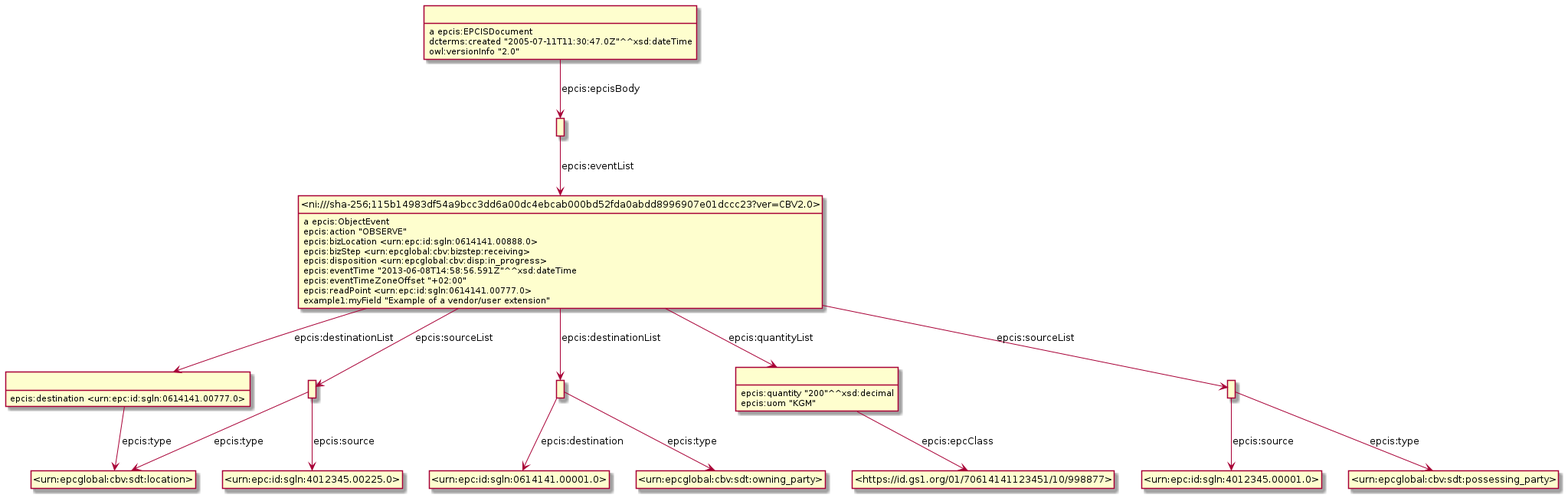
This is Diagrams/WithDigitalLinkID/Example_9.6.2-ObjectEventWithDigitalLink.png from gs1/EPCIS, a PlantUML export, as it was before one commit.
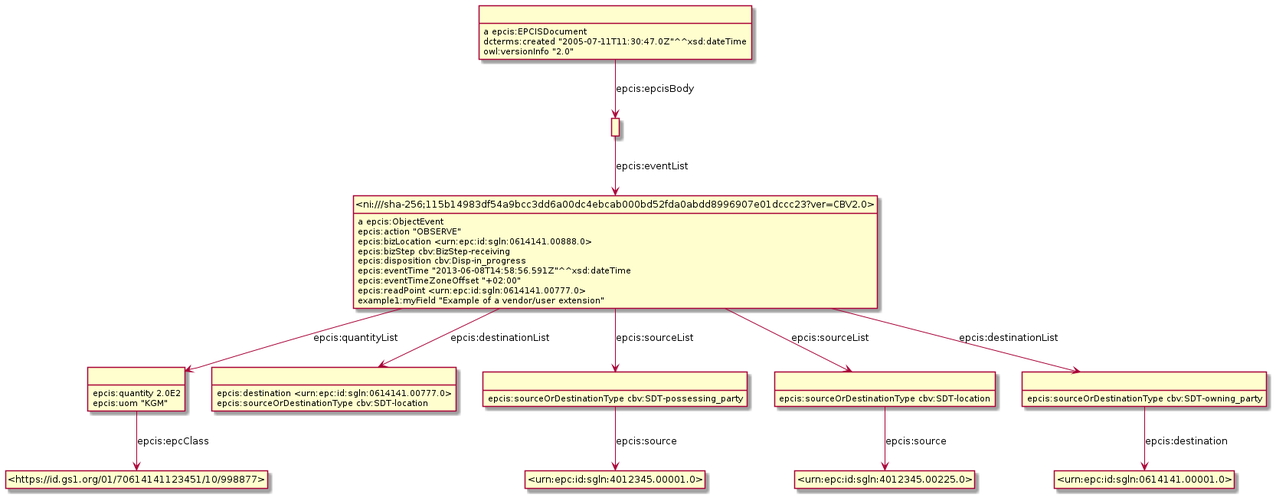
Later version of the same file.

Diff of the diagram source:
```diff
@@ -3,49 +3,46 @@
 hide empty attributes
 hide circle
 skinparam classAttributeIconSize 0
-class _r1623307964r2_ as " "
-class _urn_epcglobal_cbv_sdt_location_ as "<urn:epcglobal:cbv:sdt:location>"
-_r1623307964r2_ -down-> _urn_epcglobal_cbv_sdt_location_ : epcis:type
-_r1623307964r2_ : epcis:destination <urn:epc:id:sgln:0614141.00777.0>
-class _r1623307964r6_ as " "
-_r1623307964r6_ -down-> _urn_epcglobal_cbv_sdt_location_ : epcis:type
-class _urn_epc_id_sgln_4012345_00225_0_ as "<urn:epc:id:sgln:4012345.00225.0>"
-_r1623307964r6_ -down-> _urn_epc_id_sgln_4012345_00225_0_ : epcis:source
+class _r1623934093r2_ as " "
+class _https_id_gs1_org_01_70614141123451_10_998877_ as "<https://id.gs1.org/01/70614141123451/10/998877>"
+_r1623934093r2_ -down-> _https_id_gs1_org_01_70614141123451_10_998877_ : epcis:epcClass
+_r1623934093r2_ : epcis:quantity 2.0E2
+_r1623934093r2_ : epcis:uom "KGM"
+class _r1623934093r1_ as " "
+_r1623934093r1_ : epcis:destination <urn:epc:id:sgln:0614141.00777.0>
+_r1623934093r1_ : epcis:sourceOrDestinationType cbv:SDT-location
 class _ni_sha_256_115b14983df54a9bcc3dd6a00dc4ebcab000bd52fda0abdd8996907e01dccc23_ver_CBV2_0_ as "<ni:///sha-256;115b14983df54a9bcc3dd6a00dc4ebcab000bd52fda0abdd8996907e01dccc23?ver=CBV2.0>"
 _ni_sha_256_115b14983df54a9bcc3dd6a00dc4ebcab000bd52fda0abdd8996907e01dccc23_ver_CBV2_0_ : a epcis:ObjectEvent
-class _r1623307964r3_ as " "
-_ni_sha_256_115b14983df54a9bcc3dd6a00dc4ebcab000bd52fda0abdd8996907e01dccc23_ver_CBV2_0_ -down-> _r1623307964r3_ : epcis:destinationList
-class _r1623307964r4_ as " "
-_ni_sha_256_115b14983df54a9bcc3dd6a00dc4ebcab000bd52fda0abdd8996907e01dccc23_ver_CBV2_0_ -down-> _r1623307964r4_ : epcis:quantityList
-_ni_sha_256_115b14983df54a9bcc3dd6a00dc4ebcab000bd52fda0abdd8996907e01dccc23_ver_CBV2_0_ -down-> _r1623307964r6_ : epcis:sourceList
-_ni_sha_256_115b14983df54a9bcc3dd6a00dc4ebcab000bd52fda0abdd8996907e01dccc23_ver_CBV2_0_ -down-> _r1623307964r2_ : epcis:destinationList
-class _r1623307964r5_ as " "
-_ni_sha_256_115b14983df54a9bcc3dd6a00dc4ebcab000bd52fda0abdd8996907e01dccc23_ver_CBV2_0_ -down-> _r1623307964r5_ : epcis:sourceList
+_ni_sha_256_115b14983df54a9bcc3dd6a00dc4ebcab000bd52fda0abdd8996907e01dccc23_ver_CBV2_0_ -down-> _r1623934093r2_ : epcis:quantityList
+class _r1623934093r3_ as " "
+_ni_sha_256_115b14983df54a9bcc3dd6a00dc4ebcab000bd52fda0abdd8996907e01dccc23_ver_CBV2_0_ -down-> _r1623934093r3_ : epcis:sourceList
+class _r1623934093r4_ as " "
+_ni_sha_256_115b14983df54a9bcc3dd6a00dc4ebcab000bd52fda0abdd8996907e01dccc23_ver_CBV2_0_ -down-> _r1623934093r4_ : epcis:sourceList
+_ni_sha_256_115b14983df54a9bcc3dd6a00dc4ebcab000bd52fda0abdd8996907e01dccc23_ver_CBV2_0_ -down-> _r1623934093r1_ : epcis:destinationList
+class _r1623934093r0_ as " "
+_ni_sha_256_115b14983df54a9bcc3dd6a00dc4ebcab000bd52fda0abdd8996907e01dccc23_ver_CBV2_0_ -down-> _r1623934093r0_ : epcis:destinationList
 _ni_sha_256_115b14983df54a9bcc3dd6a00dc4ebcab000bd52fda0abdd8996907e01dccc23_ver_CBV2_0_ : epcis:action "OBSERVE"
 _ni_sha_256_115b14983df54a9bcc3dd6a00dc4ebcab000bd52fda0abdd8996907e01dccc23_ver_CBV2_0_ : epcis:bizLocation <urn:epc:id:sgln:0614141.00888.0>
-_ni_sha_256_115b14983df54a9bcc3dd6a00dc4ebcab000bd52fda0abdd8996907e01dccc23_ver_CBV2_0_ : epcis:bizStep <urn:epcglobal:cbv:bizstep:receiving>
-_ni_sha_256_115b14983df54a9bcc3dd6a00dc4ebcab000bd52fda0abdd8996907e01dccc23_ver_CBV2_0_ : epcis:disposition <urn:epcglobal:cbv:disp:in_progress>
+_ni_sha_256_115b14983df54a9bcc3dd6a00dc4ebcab000bd52fda0abdd8996907e01dccc23_ver_CBV2_0_ : epcis:bizStep cbv:BizStep-receiving
+_ni_sha_256_115b14983df54a9bcc3dd6a00dc4ebcab000bd52fda0abdd8996907e01dccc23_ver_CBV2_0_ : epcis:disposition cbv:Disp-in_progress
 _ni_sha_256_115b14983df54a9bcc3dd6a00dc4ebcab000bd52fda0abdd8996907e01dccc23_ver_CBV2_0_ : epcis:eventTime "2013-06-08T14:58:56.591Z"^^xsd:dateTime
 _ni_sha_256_115b14983df54a9bcc3dd6a00dc4ebcab000bd52fda0abdd8996907e01dccc23_ver_CBV2_0_ : epcis:eventTimeZoneOffset "+02:00"
 _ni_sha_256_115b14983df54a9bcc3dd6a00dc4ebcab000bd52fda0abdd8996907e01dccc23_ver_CBV2_0_ : epcis:readPoint <urn:epc:id:sgln:0614141.00777.0>
 _ni_sha_256_115b14983df54a9bcc3dd6a00dc4ebcab000bd52fda0abdd8996907e01dccc23_ver_CBV2_0_ : example1:myField "Example of a vendor/user extension"
-class _r1623307964r0_ as " "
-_r1623307964r0_ : a epcis:EPCISDocument
-class _r1623307964r1_ as " "
-_r1623307964r0_ -down-> _r1623307964r1_ : epcis:epcisBody
-_r1623307964r0_ : dcterms:created "2005-07-11T11:30:47.0Z"^^xsd:dateTime
-_r1623307964r0_ : owl:versionInfo "2.0"
+class _urn_epc_id_sgln_0614141_00001_0_ as "<urn:epc:id:sgln:0614141.00001.0>"
+_r1623934093r0_ -down-> _urn_epc_id_sgln_0614141_00001_0_ : epcis:destination
+_r1623934093r0_ : epcis:sourceOrDestinationType cbv:SDT-owning_party
+class _urn_epc_id_sgln_4012345_00225_0_ as "<urn:epc:id:sgln:4012345.00225.0>"
+_r1623934093r4_ -down-> _urn_epc_id_sgln_4012345_00225_0_ : epcis:source
+_r1623934093r4_ : epcis:sourceOrDestinationType cbv:SDT-location
 class _urn_epc_id_sgln_4012345_00001_0_ as "<urn:epc:id:sgln:4012345.00001.0>"
-_r1623307964r5_ -down-> _urn_epc_id_sgln_4012345_00001_0_ : epcis:source
-class _urn_epcglobal_cbv_sdt_possessing_party_ as "<urn:epcglobal:cbv:sdt:possessing_party>"
-_r1623307964r5_ -down-> _urn_epcglobal_cbv_sdt_possessing_party_ : epcis:type
-class _urn_epc_id_sgln_0614141_00001_0_ as "<urn:epc:id:sgln:0614141.00001.0>"
-_r1623307964r3_ -down-> _urn_epc_id_sgln_0614141_00001_0_ : epcis:destination
-class _urn_epcglobal_cbv_sdt_owning_party_ as "<urn:epcglobal:cbv:sdt:owning_party>"
-_r1623307964r3_ -down-> _urn_epcglobal_cbv_sdt_owning_party_ : epcis:type
-class _https_id_gs1_org_01_70614141123451_10_998877_ as "<https://id.gs1.org/01/70614141123451/10/998877>"
-_r1623307964r4_ -down-> _https_id_gs1_org_01_70614141123451_10_998877_ : epcis:epcClass
-_r1623307964r4_ : epcis:quantity "200"^^xsd:decimal
-_r1623307964r4_ : epcis:uom "KGM"
-_r1623307964r1_ -down-> _ni_sha_256_115b14983df54a9bcc3dd6a00dc4ebcab000bd52fda0abdd8996907e01dccc23_ver_CBV2_0_ : epcis:eventList
+_r1623934093r3_ -down-> _urn_epc_id_sgln_4012345_00001_0_ : epcis:source
+_r1623934093r3_ : epcis:sourceOrDestinationType cbv:SDT-possessing_party
+class _r1623934093r5_ as " "
+_r1623934093r5_ : a epcis:EPCISDocument
+class _r1623934093r6_ as " "
+_r1623934093r5_ -down-> _r1623934093r6_ : epcis:epcisBody
+_r1623934093r5_ : dcterms:created "2005-07-11T11:30:47.0Z"^^xsd:dateTime
+_r1623934093r5_ : owl:versionInfo "2.0"
+_r1623934093r6_ -down-> _ni_sha_256_115b14983df54a9bcc3dd6a00dc4ebcab000bd52fda0abdd8996907e01dccc23_ver_CBV2_0_ : epcis:eventList
 @enduml
```
